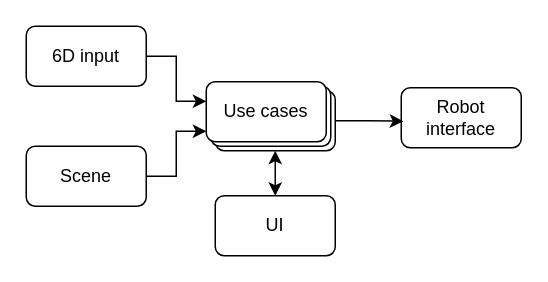
This is img/ch2_analysis/src/base_components.drawio from medk42/diploma-thesis-text, a draw.io file, before an edit. Source tidied: cells renumbered, new cells numbered last; positions are measured from the earlier drawing's top-left corner, leaving out a move shared by most shapes. Both pictures are drawn from the tidied source at 150%, with x=0, y=0 at pixel (26, 26).
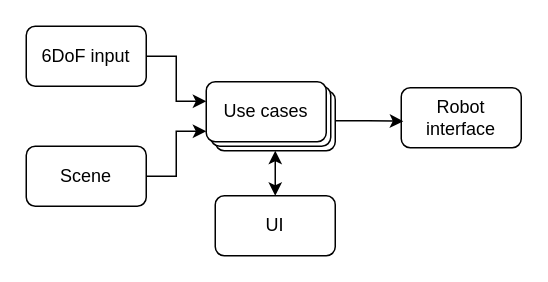
The same page after the edit.

Change to the diagram source:
```diff
@@
 <mxGraphModel>
   <root>
     <mxCell id="0" />
     <mxCell id="1" parent="0" />
-    <mxCell id="2" value="6D input" style="rounded=1;whiteSpace=wrap;html=1;" parent="1" vertex="1">
+    <mxCell id="2" value="6DoF input" style="rounded=1;whiteSpace=wrap;html=1;" parent="1" vertex="1">
       <mxGeometry width="80" height="40" as="geometry" />
     </mxCell>
     <mxCell id="3" value="Scene" style="rounded=1;whiteSpace=wrap;html=1;" parent="1" vertex="1">
       <mxGeometry y="80" width="80" height="40" as="geometry" />
     </mxCell>
     <mxCell id="4" value="Robot&lt;div&gt;interface&lt;/div&gt;" style="rounded=1;whiteSpace=wrap;html=1;" parent="1" vertex="1">
       <mxGeometry x="250" y="41" width="80" height="40" as="geometry" />
     </mxCell>
     <mxCell id="5" value="UI" style="rounded=1;whiteSpace=wrap;html=1;" parent="1" vertex="1">
       <mxGeometry x="126" y="113" width="80" height="40" as="geometry" />
     </mxCell>
     <mxCell id="6" style="group;" parent="1" vertex="1">
       <mxGeometry x="120" y="37" width="86" height="46" as="geometry" />
     </mxCell>
     <mxCell id="7" style="rounded=1;whiteSpace=wrap;html=1;" parent="6" vertex="1">
       <mxGeometry x="6" y="6" width="80" height="40" as="geometry" />
     </mxCell>
     <mxCell id="8" style="rounded=1;whiteSpace=wrap;html=1;" parent="6" vertex="1">
       <mxGeometry x="3" y="3" width="80" height="40" as="geometry" />
     </mxCell>
     <mxCell id="9" value="Use cases" style="rounded=1;whiteSpace=wrap;html=1;" parent="6" vertex="1">
       <mxGeometry width="80" height="40" as="geometry" />
     </mxCell>
     <mxCell id="10" style="edgeStyle=orthogonalEdgeStyle;rounded=0;jettySize=auto;html=1;entryX=0.017;entryY=0.558;entryDx=0;entryDy=0;entryPerimeter=0;" parent="1" edge="1" source="7" target="4">
       <mxGeometry relative="1" as="geometry" />
     </mxCell>
     <mxCell id="11" style="edgeStyle=orthogonalEdgeStyle;rounded=0;jettySize=auto;html=1;entryX=0.5;entryY=0;entryDx=0;entryDy=0;startArrow=classic;startFill=1;" parent="1" edge="1" source="7" target="5">
       <mxGeometry relative="1" as="geometry" />
     </mxCell>
     <mxCell id="12" style="edgeStyle=orthogonalEdgeStyle;rounded=0;jettySize=auto;html=1;entryX=0;entryY=0.825;entryDx=0;entryDy=0;entryPerimeter=0;" parent="1" edge="1" source="3" target="9">
       <mxGeometry relative="1" as="geometry" />
     </mxCell>
     <mxCell id="13" style="edgeStyle=orthogonalEdgeStyle;rounded=0;jettySize=auto;html=1;entryX=0;entryY=0.325;entryDx=0;entryDy=0;entryPerimeter=0;" parent="1" edge="1" source="2" target="9">
       <mxGeometry relative="1" as="geometry" />
     </mxCell>
   </root>
 </mxGraphModel>
```
